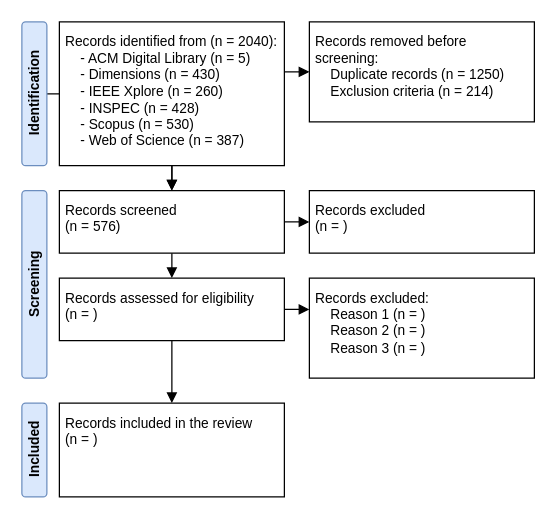
Earlier version of the draw.io diagram doc/diagrams/slr-ltlm-mr.drawio (sousarbarb/slr-ltlm-mr). Source tidied: cells renumbered, new cells numbered last; positions are measured from the earlier drawing's top-left corner, leaving out a move shared by most shapes. Both pictures are drawn from the tidied source at 125%, with x=0, y=0 at pixel (-60, 21).
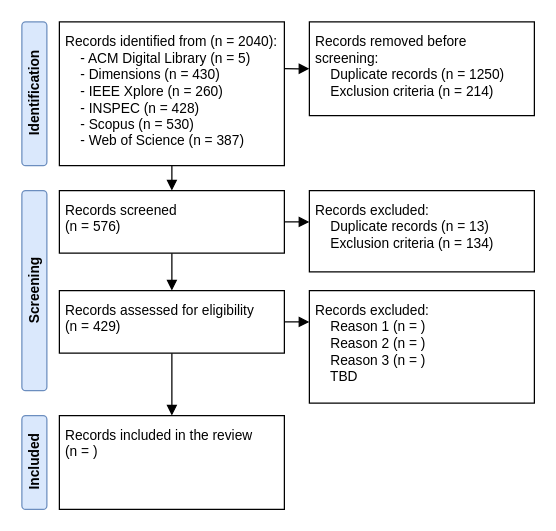
The same diagram, later.

Change to the diagram source:
```diff
@@
 <mxGraphModel>
   <root>
     <mxCell id="0" />
     <mxCell id="1" parent="0" />
-    <mxCell id="2" style="edgeStyle=orthogonalEdgeStyle;rounded=0;jettySize=auto;html=1;fontSize=11;endArrow=block;endFill=1;" parent="1" edge="1" source="3" target="10">
-      <mxGeometry relative="1" as="geometry" />
-    </mxCell>
     <mxCell id="3" value="&lt;b style=&quot;font-size: 11px;&quot;&gt;Identification&lt;/b&gt;" style="rounded=1;whiteSpace=wrap;html=1;rotation=-90;fontSize=11;fillColor=#dae8fc;strokeColor=#6c8ebf;" parent="1" vertex="1">
       <mxGeometry x="17.5" y="47.5" width="115" height="20" as="geometry" />
     </mxCell>
     <mxCell id="4" style="edgeStyle=orthogonalEdgeStyle;rounded=0;jettySize=auto;html=1;exitX=0.5;exitY=1;exitDx=0;exitDy=0;entryX=0.5;entryY=0;entryDx=0;entryDy=0;fontSize=11;endArrow=block;endFill=1;" parent="1" edge="1" source="6" target="10">
       <mxGeometry relative="1" as="geometry" />
     </mxCell>
-    <mxCell id="5" style="edgeStyle=orthogonalEdgeStyle;rounded=0;jettySize=auto;html=1;entryX=0;entryY=0.5;entryDx=0;entryDy=0;fontSize=11;endArrow=block;endFill=1;exitX=1;exitY=0.348;exitDx=0;exitDy=0;exitPerimeter=0;" parent="1" edge="1" source="6" target="7">
-      <mxGeometry relative="1" as="geometry" />
-    </mxCell>
     <mxCell id="6" value="Records identified from (n = 2040):&lt;br style=&quot;font-size: 11px&quot;&gt;&amp;nbsp; &amp;nbsp; - ACM Digital Library (n = 5)&lt;br style=&quot;font-size: 11px&quot;&gt;&amp;nbsp; &amp;nbsp; - Dimensions (n = 430)&lt;br style=&quot;font-size: 11px&quot;&gt;&amp;nbsp; &amp;nbsp; - IEEE Xplore (n = 260)&lt;br style=&quot;font-size: 11px&quot;&gt;&amp;nbsp; &amp;nbsp; - INSPEC (n = 428)&lt;br style=&quot;font-size: 11px&quot;&gt;&amp;nbsp; &amp;nbsp; - Scopus (n = 530)&lt;br style=&quot;font-size: 11px&quot;&gt;&amp;nbsp; &amp;nbsp; - Web of Science (n = 387)" style="rounded=0;whiteSpace=wrap;html=1;align=left;spacing=5;fontSize=11;verticalAlign=top;" parent="1" vertex="1">
       <mxGeometry x="95" width="180" height="115" as="geometry" />
     </mxCell>
+    <mxCell id="19" style="edgeStyle=orthogonalEdgeStyle;rounded=0;jettySize=auto;html=1;exitX=0;exitY=0.5;exitDx=0;exitDy=0;entryX=1;entryY=0.326;entryDx=0;entryDy=0;entryPerimeter=0;startArrow=block;startFill=1;endArrow=none;endFill=0;" parent="1" edge="1" source="7" target="6">
+      <mxGeometry relative="1" as="geometry" />
+    </mxCell>
     <mxCell id="7" value="Records removed before screening:&lt;br style=&quot;font-size: 11px&quot;&gt;&amp;nbsp; &amp;nbsp; Duplicate records (n = 1250)&lt;br style=&quot;font-size: 11px&quot;&gt;&amp;nbsp; &amp;nbsp; Exclusion criteria (n = 214)" style="rounded=0;whiteSpace=wrap;html=1;align=left;spacing=5;fontSize=11;verticalAlign=top;" parent="1" vertex="1">
-      <mxGeometry x="295" width="180" height="80" as="geometry" />
+      <mxGeometry x="295" width="180" height="75" as="geometry" />
     </mxCell>
-    <mxCell id="8" style="edgeStyle=orthogonalEdgeStyle;rounded=0;jettySize=auto;html=1;exitX=1;exitY=0.5;exitDx=0;exitDy=0;entryX=0;entryY=0.5;entryDx=0;entryDy=0;fontSize=11;endArrow=block;endFill=1;" parent="1" edge="1" source="10" target="11">
-      <mxGeometry relative="1" as="geometry" />
-    </mxCell>
     <mxCell id="9" style="edgeStyle=orthogonalEdgeStyle;rounded=0;jettySize=auto;html=1;exitX=0.5;exitY=1;exitDx=0;exitDy=0;entryX=0.5;entryY=0;entryDx=0;entryDy=0;fontSize=11;endArrow=block;endFill=1;" parent="1" edge="1" source="10" target="14">
       <mxGeometry relative="1" as="geometry" />
     </mxCell>
+    <mxCell id="20" style="edgeStyle=orthogonalEdgeStyle;rounded=0;jettySize=auto;html=1;exitX=1;exitY=0.5;exitDx=0;exitDy=0;startArrow=none;startFill=0;endArrow=block;endFill=1;" parent="1" edge="1" source="10">
+      <mxGeometry relative="1" as="geometry">
+        <mxPoint x="295" y="160" as="targetPoint" />
+      </mxGeometry>
+    </mxCell>
     <mxCell id="10" value="Records screened&lt;br&gt;(n = 576)" style="rounded=0;whiteSpace=wrap;html=1;align=left;spacing=5;fontSize=11;verticalAlign=top;" parent="1" vertex="1">
       <mxGeometry x="95" y="135" width="180" height="50" as="geometry" />
     </mxCell>
-    <mxCell id="11" value="Records excluded&lt;br&gt;(n = )" style="rounded=0;whiteSpace=wrap;html=1;align=left;spacing=5;fontSize=11;verticalAlign=top;" parent="1" vertex="1">
-      <mxGeometry x="295" y="135" width="180" height="50" as="geometry" />
+    <mxCell id="11" value="Records excluded:&lt;br&gt;&amp;nbsp; &amp;nbsp; Duplicate records (n = 13)&lt;br&gt;&amp;nbsp; &amp;nbsp; Exclusion criteria (n = 134)" style="rounded=0;whiteSpace=wrap;html=1;align=left;spacing=5;fontSize=11;verticalAlign=top;" parent="1" vertex="1">
+      <mxGeometry x="295" y="135" width="180" height="65" as="geometry" />
     </mxCell>
-    <mxCell id="12" style="edgeStyle=orthogonalEdgeStyle;rounded=0;jettySize=auto;html=1;exitX=1;exitY=0.5;exitDx=0;exitDy=0;fontSize=11;endArrow=block;endFill=1;entryX=0;entryY=0.311;entryDx=0;entryDy=0;entryPerimeter=0;" parent="1" edge="1" source="14" target="15">
+    <mxCell id="12" style="edgeStyle=orthogonalEdgeStyle;rounded=0;jettySize=auto;html=1;exitX=1;exitY=0.5;exitDx=0;exitDy=0;fontSize=11;endArrow=block;endFill=1;entryX=0;entryY=0.278;entryDx=0;entryDy=0;entryPerimeter=0;" parent="1" edge="1" source="14" target="15">
       <mxGeometry relative="1" as="geometry" />
     </mxCell>
     <mxCell id="13" style="edgeStyle=orthogonalEdgeStyle;rounded=0;jettySize=auto;html=1;exitX=0.5;exitY=1;exitDx=0;exitDy=0;entryX=0.5;entryY=0;entryDx=0;entryDy=0;fontSize=11;endArrow=block;endFill=1;" parent="1" edge="1" source="14" target="17">
       <mxGeometry relative="1" as="geometry" />
     </mxCell>
-    <mxCell id="14" value="Records assessed for eligibility&lt;br&gt;(n = )" style="rounded=0;whiteSpace=wrap;html=1;align=left;spacing=5;fontSize=11;verticalAlign=top;" parent="1" vertex="1">
-      <mxGeometry x="95" y="205" width="180" height="50" as="geometry" />
+    <mxCell id="14" value="Records assessed for eligibility&lt;br&gt;(n = 429)" style="rounded=0;whiteSpace=wrap;html=1;align=left;spacing=5;fontSize=11;verticalAlign=top;" parent="1" vertex="1">
+      <mxGeometry x="95" y="215" width="180" height="50" as="geometry" />
     </mxCell>
-    <mxCell id="15" value="Records excluded:&lt;br&gt;&amp;nbsp; &amp;nbsp; Reason 1 (n = )&lt;br&gt;&amp;nbsp; &amp;nbsp; Reason 2 (n = )&lt;br&gt;&amp;nbsp; &amp;nbsp; Reason 3 (n = )" style="rounded=0;whiteSpace=wrap;html=1;align=left;spacing=5;fontSize=11;verticalAlign=top;" parent="1" vertex="1">
-      <mxGeometry x="295" y="205" width="180" height="80" as="geometry" />
+    <mxCell id="15" value="Records excluded:&lt;br&gt;&amp;nbsp; &amp;nbsp; Reason 1 (n = )&lt;br&gt;&amp;nbsp; &amp;nbsp; Reason 2 (n = )&lt;br&gt;&amp;nbsp; &amp;nbsp; Reason 3 (n = )&lt;br&gt;&amp;nbsp; &amp;nbsp; TBD" style="rounded=0;whiteSpace=wrap;html=1;align=left;spacing=5;fontSize=11;verticalAlign=top;" parent="1" vertex="1">
+      <mxGeometry x="295" y="215" width="180" height="90" as="geometry" />
     </mxCell>
     <mxCell id="16" value="&lt;b style=&quot;font-size: 11px;&quot;&gt;Screening&lt;/b&gt;" style="rounded=1;whiteSpace=wrap;html=1;rotation=-90;fontSize=11;fillColor=#dae8fc;strokeColor=#6c8ebf;" parent="1" vertex="1">
-      <mxGeometry y="200" width="150" height="20" as="geometry" />
+      <mxGeometry x="-5" y="205" width="160" height="20" as="geometry" />
     </mxCell>
     <mxCell id="17" value="Records included in the review&lt;br&gt;(n = )" style="rounded=0;whiteSpace=wrap;html=1;align=left;spacing=5;fontSize=11;verticalAlign=top;" parent="1" vertex="1">
-      <mxGeometry x="95" y="305" width="180" height="75" as="geometry" />
+      <mxGeometry x="95" y="315" width="180" height="75" as="geometry" />
     </mxCell>
     <mxCell id="18" value="&lt;b style=&quot;font-size: 11px;&quot;&gt;Included&lt;/b&gt;" style="rounded=1;whiteSpace=wrap;html=1;rotation=-90;fontSize=11;fillColor=#dae8fc;strokeColor=#6c8ebf;" parent="1" vertex="1">
-      <mxGeometry x="37.5" y="332.5" width="75" height="20" as="geometry" />
+      <mxGeometry x="37.5" y="342.5" width="75" height="20" as="geometry" />
     </mxCell>
   </root>
 </mxGraphModel>
```
